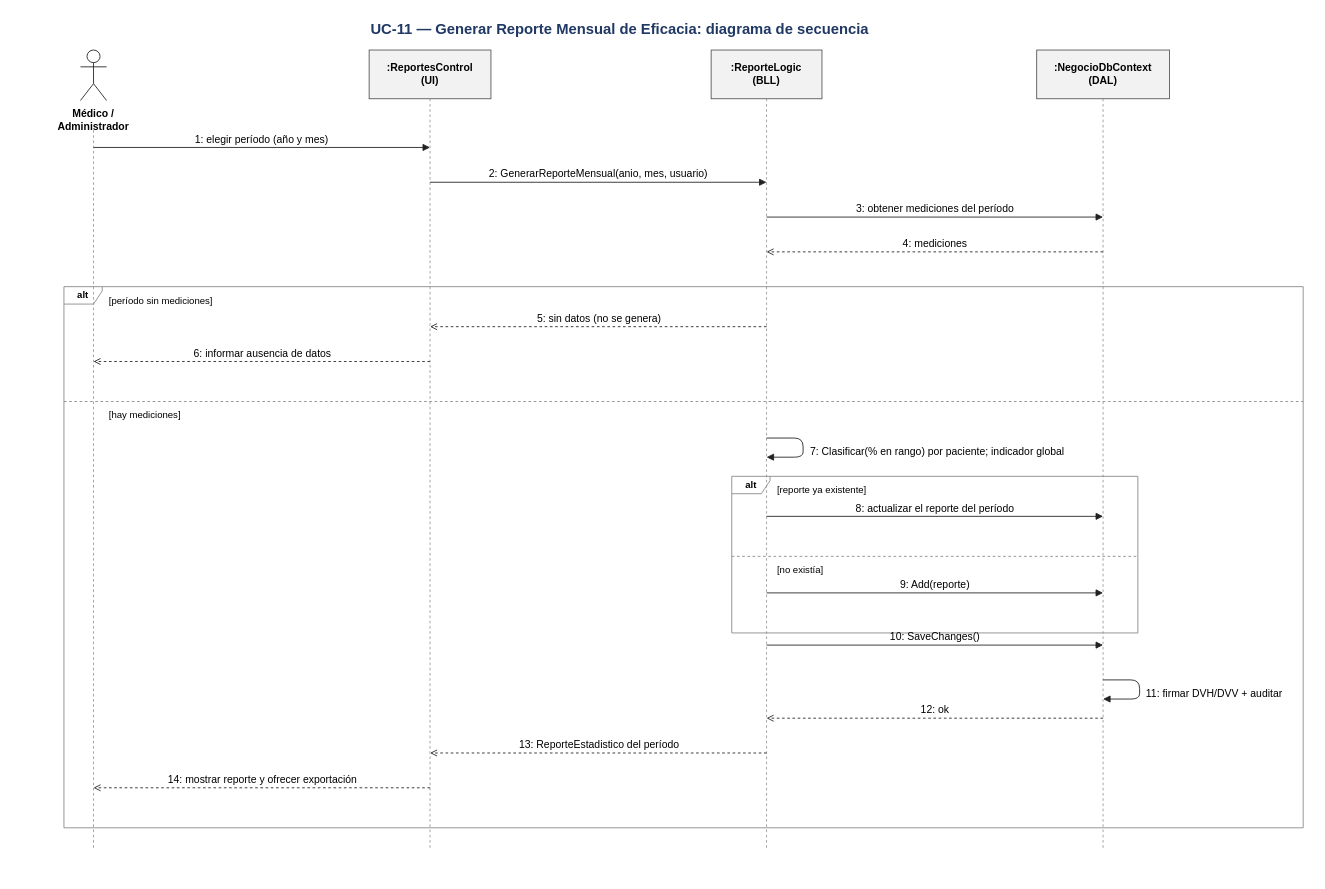
This is Diagramas/UC-11/UC-11 - Secuencia.drawio from DanteSchlogl/OpenRIN-corregido, a draw.io file, before an edit. Source tidied: cells renumbered, new cells numbered last; positions are measured from the earlier drawing's top-left corner, leaving out a move shared by most shapes. Both pictures are drawn from the tidied source at 87%, with x=0, y=0 at pixel (15, 15).
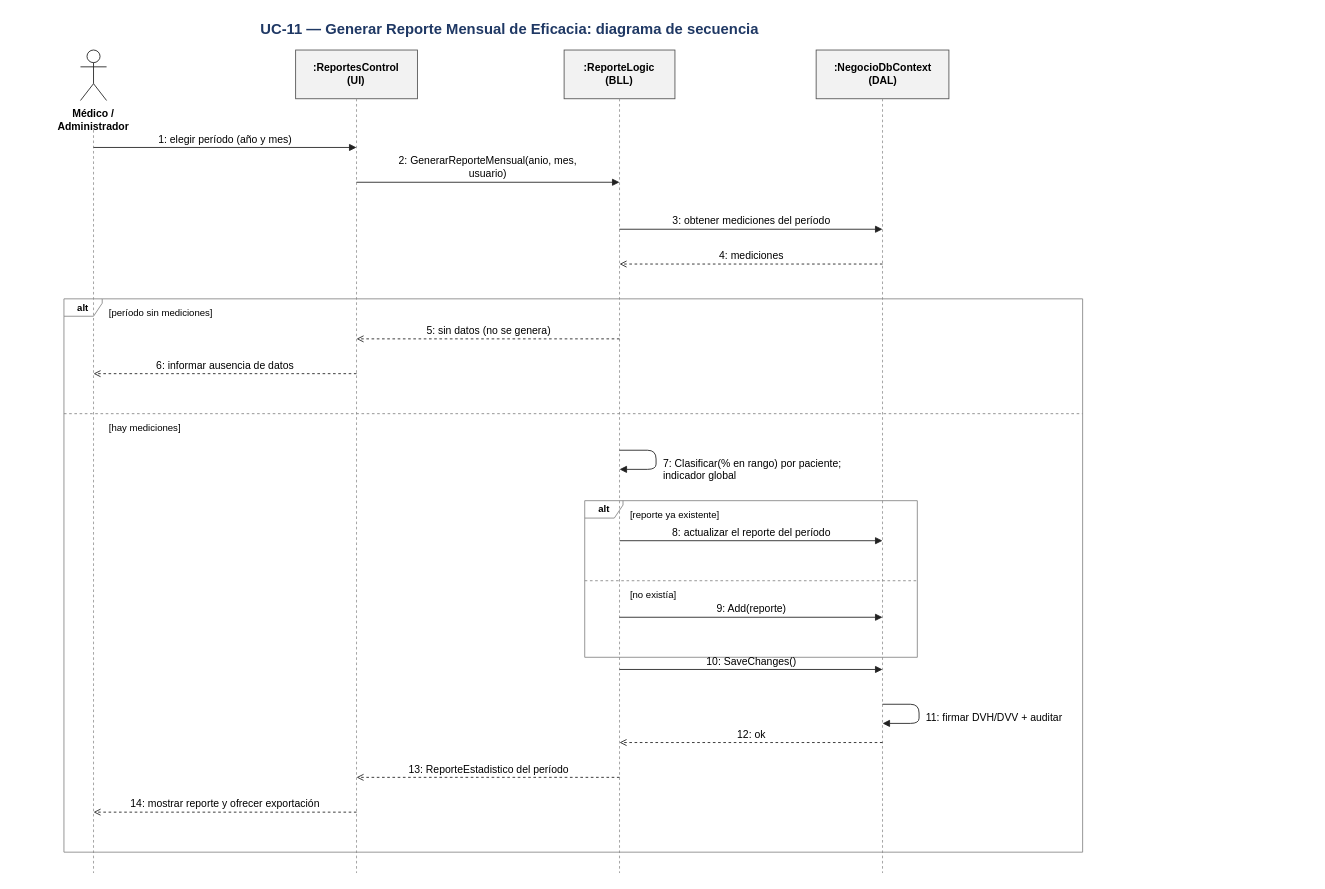
The same page after the edit.

Diff of the diagram source:
```diff
@@
     <mxCell id="2" value="UC-11 — Generar Reporte Mensual de Eficacia: diagrama de secuencia" style="text;html=1;strokeColor=none;fillColor=none;fontFamily=Arial;whiteSpace=nowrap;fontSize=17;fontStyle=1;fontColor=#1F3864;align=center;whiteSpace=wrap;" parent="1" vertex="1">
-      <mxGeometry width="1390.4" height="28" as="geometry" />
+      <mxGeometry width="1136.9" height="28" as="geometry" />
     </mxCell>
@@
     <mxCell id="5" style="endArrow=none;dashed=1;strokeColor=#999999;html=1;" parent="1" edge="1">
       <mxGeometry relative="1" as="geometry">
         <mxPoint x="90" y="132" as="sourcePoint" />
-        <mxPoint x="90" y="958" as="targetPoint" />
+        <mxPoint x="90" y="986" as="targetPoint" />
       </mxGeometry>
     </mxCell>
     <mxCell id="6" value=":ReportesControl&lt;br/&gt;(UI)" style="rounded=0;whiteSpace=wrap;html=1;fillColor=#F2F2F2;strokeColor=#555555;fontFamily=Arial;fontSize=12;fontStyle=1;" parent="1" vertex="1">
-      <mxGeometry x="406.8" y="40" width="140" height="56" as="geometry" />
+      <mxGeometry x="322.3" y="40" width="140" height="56" as="geometry" />
     </mxCell>
     <mxCell id="7" style="endArrow=none;dashed=1;strokeColor=#999999;html=1;" parent="1" edge="1">
       <mxGeometry relative="1" as="geometry">
-        <mxPoint x="476.8" y="96" as="sourcePoint" />
-        <mxPoint x="476.8" y="958" as="targetPoint" />
+        <mxPoint x="392.3" y="96" as="sourcePoint" />
+        <mxPoint x="392.3" y="986" as="targetPoint" />
       </mxGeometry>
     </mxCell>
     <mxCell id="8" value=":ReporteLogic&lt;br/&gt;(BLL)" style="rounded=0;whiteSpace=wrap;html=1;fillColor=#F2F2F2;strokeColor=#555555;fontFamily=Arial;fontSize=12;fontStyle=1;" parent="1" vertex="1">
-      <mxGeometry x="799.9" y="40" width="127.4" height="56" as="geometry" />
+      <mxGeometry x="630.9" y="40" width="127.4" height="56" as="geometry" />
     </mxCell>
     <mxCell id="9" style="endArrow=none;dashed=1;strokeColor=#999999;html=1;" parent="1" edge="1">
       <mxGeometry relative="1" as="geometry">
-        <mxPoint x="863.6" y="96" as="sourcePoint" />
-        <mxPoint x="863.6" y="958" as="targetPoint" />
+        <mxPoint x="694.6" y="96" as="sourcePoint" />
+        <mxPoint x="694.6" y="986" as="targetPoint" />
       </mxGeometry>
     </mxCell>
     <mxCell id="10" value=":NegocioDbContext&lt;br/&gt;(DAL)" style="rounded=0;whiteSpace=wrap;html=1;fillColor=#F2F2F2;strokeColor=#555555;fontFamily=Arial;fontSize=12;fontStyle=1;" parent="1" vertex="1">
-      <mxGeometry x="1174.1" y="40" width="152.6" height="56" as="geometry" />
+      <mxGeometry x="920.6" y="40" width="152.6" height="56" as="geometry" />
     </mxCell>
     <mxCell id="11" style="endArrow=none;dashed=1;strokeColor=#999999;html=1;" parent="1" edge="1">
       <mxGeometry relative="1" as="geometry">
-        <mxPoint x="1250.4" y="96" as="sourcePoint" />
-        <mxPoint x="1250.4" y="958" as="targetPoint" />
+        <mxPoint x="996.9" y="96" as="sourcePoint" />
+        <mxPoint x="996.9" y="986" as="targetPoint" />
       </mxGeometry>
     </mxCell>
     <mxCell id="12" value="1: elegir período (año y mes)" style="html=1;edgeStyle=none;strokeColor=#222222;fontFamily=Arial;fontSize=12;verticalLabelPosition=top;verticalAlign=bottom;labelBackgroundColor=none;endArrow=block;endFill=1;" parent="1" edge="1">
       <mxGeometry relative="1" as="geometry">
         <mxPoint x="90" y="152" as="sourcePoint" />
-        <mxPoint x="476.8" y="152" as="targetPoint" />
+        <mxPoint x="392.3" y="152" as="targetPoint" />
       </mxGeometry>
     </mxCell>
-    <mxCell id="13" value="2: GenerarReporteMensual(anio, mes, usuario)" style="html=1;edgeStyle=none;strokeColor=#222222;fontFamily=Arial;fontSize=12;verticalLabelPosition=top;verticalAlign=bottom;labelBackgroundColor=none;endArrow=block;endFill=1;" parent="1" edge="1">
+    <mxCell id="13" value="2: GenerarReporteMensual(anio, mes,&lt;br/&gt;usuario)" style="html=1;edgeStyle=none;strokeColor=#222222;fontFamily=Arial;fontSize=12;verticalLabelPosition=top;verticalAlign=bottom;labelBackgroundColor=none;endArrow=block;endFill=1;" parent="1" edge="1">
       <mxGeometry relative="1" as="geometry">
-        <mxPoint x="476.8" y="192" as="sourcePoint" />
-        <mxPoint x="863.6" y="192" as="targetPoint" />
+        <mxPoint x="392.3" y="192" as="sourcePoint" />
+        <mxPoint x="694.6" y="192" as="targetPoint" />
       </mxGeometry>
     </mxCell>
     <mxCell id="14" value="3: obtener mediciones del período" style="html=1;edgeStyle=none;strokeColor=#222222;fontFamily=Arial;fontSize=12;verticalLabelPosition=top;verticalAlign=bottom;labelBackgroundColor=none;endArrow=block;endFill=1;" parent="1" edge="1">
       <mxGeometry relative="1" as="geometry">
-        <mxPoint x="863.6" y="232" as="sourcePoint" />
-        <mxPoint x="1250.4" y="232" as="targetPoint" />
+        <mxPoint x="694.6" y="246" as="sourcePoint" />
+        <mxPoint x="996.9" y="246" as="targetPoint" />
       </mxGeometry>
     </mxCell>
     <mxCell id="15" value="4: mediciones" style="html=1;edgeStyle=none;strokeColor=#222222;fontFamily=Arial;fontSize=12;verticalLabelPosition=top;verticalAlign=bottom;labelBackgroundColor=none;endArrow=open;endFill=0;dashed=1;" parent="1" edge="1">
       <mxGeometry relative="1" as="geometry">
-        <mxPoint x="1250.4" y="272" as="sourcePoint" />
-        <mxPoint x="863.6" y="272" as="targetPoint" />
+        <mxPoint x="996.9" y="286" as="sourcePoint" />
+        <mxPoint x="694.6" y="286" as="targetPoint" />
       </mxGeometry>
     </mxCell>
     <mxCell id="16" value="5: sin datos (no se genera)" style="html=1;edgeStyle=none;strokeColor=#222222;fontFamily=Arial;fontSize=12;verticalLabelPosition=top;verticalAlign=bottom;labelBackgroundColor=none;endArrow=open;endFill=0;dashed=1;" parent="1" edge="1">
       <mxGeometry relative="1" as="geometry">
-        <mxPoint x="863.6" y="358" as="sourcePoint" />
-        <mxPoint x="476.8" y="358" as="targetPoint" />
+        <mxPoint x="694.6" y="372" as="sourcePoint" />
+        <mxPoint x="392.3" y="372" as="targetPoint" />
       </mxGeometry>
     </mxCell>
     <mxCell id="17" value="6: informar ausencia de datos" style="html=1;edgeStyle=none;strokeColor=#222222;fontFamily=Arial;fontSize=12;verticalLabelPosition=top;verticalAlign=bottom;labelBackgroundColor=none;endArrow=open;endFill=0;dashed=1;" parent="1" edge="1">
       <mxGeometry relative="1" as="geometry">
-        <mxPoint x="476.8" y="398" as="sourcePoint" />
-        <mxPoint x="90" y="398" as="targetPoint" />
+        <mxPoint x="392.3" y="412" as="sourcePoint" />
+        <mxPoint x="90" y="412" as="targetPoint" />
       </mxGeometry>
     </mxCell>
     <mxCell id="18" style="endArrow=block;endFill=1;html=1;edgeStyle=none;strokeColor=#222222;" parent="1" edge="1">
       <mxGeometry relative="1" as="geometry">
-        <mxPoint x="863.6" y="486" as="sourcePoint" />
-        <mxPoint x="863.6" y="508" as="targetPoint" />
+        <mxPoint x="694.6" y="500" as="sourcePoint" />
+        <mxPoint x="694.6" y="522" as="targetPoint" />
         <Array as="points">
-          <mxPoint x="905.6" y="486" />
-          <mxPoint x="905.6" y="508" />
+          <mxPoint x="736.6" y="500" />
+          <mxPoint x="736.6" y="522" />
         </Array>
       </mxGeometry>
     </mxCell>
-    <mxCell id="19" value="7: Clasificar(% en rango) por paciente; indicador global" style="text;html=1;strokeColor=none;fillColor=none;fontFamily=Arial;whiteSpace=nowrap;fontSize=12;align=left;" parent="1" vertex="1">
-      <mxGeometry x="911.6" y="488" width="366.8" height="18" as="geometry" />
+    <mxCell id="19" value="7: Clasificar(% en rango) por paciente;&lt;br/&gt;indicador global" style="text;html=1;strokeColor=none;fillColor=none;fontFamily=Arial;whiteSpace=nowrap;fontSize=12;align=left;" parent="1" vertex="1">
+      <mxGeometry x="742.6" y="502" width="280" height="32" as="geometry" />
     </mxCell>
     <mxCell id="20" value="8: actualizar el reporte del período" style="html=1;edgeStyle=none;strokeColor=#222222;fontFamily=Arial;fontSize=12;verticalLabelPosition=top;verticalAlign=bottom;labelBackgroundColor=none;endArrow=block;endFill=1;" parent="1" edge="1">
       <mxGeometry relative="1" as="geometry">
-        <mxPoint x="863.6" y="576" as="sourcePoint" />
-        <mxPoint x="1250.4" y="576" as="targetPoint" />
+        <mxPoint x="694.6" y="604" as="sourcePoint" />
+        <mxPoint x="996.9" y="604" as="targetPoint" />
       </mxGeometry>
     </mxCell>
     <mxCell id="21" value="9: Add(reporte)" style="html=1;edgeStyle=none;strokeColor=#222222;fontFamily=Arial;fontSize=12;verticalLabelPosition=top;verticalAlign=bottom;labelBackgroundColor=none;endArrow=block;endFill=1;" parent="1" edge="1">
       <mxGeometry relative="1" as="geometry">
-        <mxPoint x="863.6" y="664" as="sourcePoint" />
-        <mxPoint x="1250.4" y="664" as="targetPoint" />
+        <mxPoint x="694.6" y="692" as="sourcePoint" />
+        <mxPoint x="996.9" y="692" as="targetPoint" />
       </mxGeometry>
     </mxCell>
     <mxCell id="22" value="alt" style="shape=umlFrame;whiteSpace=wrap;html=1;width=44;height=20;fillColor=none;strokeColor=#888888;fontFamily=Arial;fontSize=11;fontStyle=1;" parent="1" vertex="1">
-      <mxGeometry x="823.6" y="530" width="466.8" height="180" as="geometry" />
+      <mxGeometry x="654.6" y="558" width="382.3" height="180" as="geometry" />
     </mxCell>
     <mxCell id="23" value="[reporte ya existente]" style="text;html=1;strokeColor=none;fillColor=none;fontFamily=Arial;whiteSpace=nowrap;fontSize=11;align=left;" parent="1" vertex="1">
-      <mxGeometry x="873.6" y="533" width="160" height="18" as="geometry" />
+      <mxGeometry x="704.6" y="561" width="160" height="18" as="geometry" />
     </mxCell>
     <mxCell id="24" style="endArrow=none;dashed=1;strokeColor=#888888;html=1;" parent="1" edge="1">
       <mxGeometry relative="1" as="geometry">
-        <mxPoint x="823.6" y="622" as="sourcePoint" />
-        <mxPoint x="1290.4" y="622" as="targetPoint" />
+        <mxPoint x="654.6" y="650" as="sourcePoint" />
+        <mxPoint x="1036.9" y="650" as="targetPoint" />
       </mxGeometry>
     </mxCell>
     <mxCell id="25" value="[no existía]" style="text;html=1;strokeColor=none;fillColor=none;fontFamily=Arial;whiteSpace=nowrap;fontSize=11;align=left;" parent="1" vertex="1">
-      <mxGeometry x="873.6" y="625" width="97" height="18" as="geometry" />
+      <mxGeometry x="704.6" y="653" width="97" height="18" as="geometry" />
     </mxCell>
     <mxCell id="26" value="10: SaveChanges()" style="html=1;edgeStyle=none;strokeColor=#222222;fontFamily=Arial;fontSize=12;verticalLabelPosition=top;verticalAlign=bottom;labelBackgroundColor=none;endArrow=block;endFill=1;" parent="1" edge="1">
       <mxGeometry relative="1" as="geometry">
-        <mxPoint x="863.6" y="724" as="sourcePoint" />
-        <mxPoint x="1250.4" y="724" as="targetPoint" />
+        <mxPoint x="694.6" y="752" as="sourcePoint" />
+        <mxPoint x="996.9" y="752" as="targetPoint" />
       </mxGeometry>
     </mxCell>
     <mxCell id="27" style="endArrow=block;endFill=1;html=1;edgeStyle=none;strokeColor=#222222;" parent="1" edge="1">
       <mxGeometry relative="1" as="geometry">
-        <mxPoint x="1250.4" y="764" as="sourcePoint" />
-        <mxPoint x="1250.4" y="786" as="targetPoint" />
+        <mxPoint x="996.9" y="792" as="sourcePoint" />
+        <mxPoint x="996.9" y="814" as="targetPoint" />
         <Array as="points">
-          <mxPoint x="1292.4" y="764" />
-          <mxPoint x="1292.4" y="786" />
+          <mxPoint x="1038.9" y="792" />
+          <mxPoint x="1038.9" y="814" />
         </Array>
       </mxGeometry>
     </mxCell>
     <mxCell id="28" value="11: firmar DVH/DVV + auditar" style="text;html=1;strokeColor=none;fillColor=none;fontFamily=Arial;whiteSpace=nowrap;fontSize=12;align=left;" parent="1" vertex="1">
-      <mxGeometry x="1298.4" y="766" width="190.4" height="18" as="geometry" />
+      <mxGeometry x="1044.9" y="794" width="280" height="18" as="geometry" />
     </mxCell>
     <mxCell id="29" value="12: ok" style="html=1;edgeStyle=none;strokeColor=#222222;fontFamily=Arial;fontSize=12;verticalLabelPosition=top;verticalAlign=bottom;labelBackgroundColor=none;endArrow=open;endFill=0;dashed=1;" parent="1" edge="1">
       <mxGeometry relative="1" as="geometry">
-        <mxPoint x="1250.4" y="808" as="sourcePoint" />
-        <mxPoint x="863.6" y="808" as="targetPoint" />
+        <mxPoint x="996.9" y="836" as="sourcePoint" />
+        <mxPoint x="694.6" y="836" as="targetPoint" />
       </mxGeometry>
     </mxCell>
     <mxCell id="30" value="13: ReporteEstadistico del período" style="html=1;edgeStyle=none;strokeColor=#222222;fontFamily=Arial;fontSize=12;verticalLabelPosition=top;verticalAlign=bottom;labelBackgroundColor=none;endArrow=open;endFill=0;dashed=1;" parent="1" edge="1">
       <mxGeometry relative="1" as="geometry">
-        <mxPoint x="863.6" y="848" as="sourcePoint" />
-        <mxPoint x="476.8" y="848" as="targetPoint" />
+        <mxPoint x="694.6" y="876" as="sourcePoint" />
+        <mxPoint x="392.3" y="876" as="targetPoint" />
       </mxGeometry>
     </mxCell>
     <mxCell id="31" value="14: mostrar reporte y ofrecer exportación" style="html=1;edgeStyle=none;strokeColor=#222222;fontFamily=Arial;fontSize=12;verticalLabelPosition=top;verticalAlign=bottom;labelBackgroundColor=none;endArrow=open;endFill=0;dashed=1;" parent="1" edge="1">
       <mxGeometry relative="1" as="geometry">
-        <mxPoint x="476.8" y="888" as="sourcePoint" />
-        <mxPoint x="90" y="888" as="targetPoint" />
+        <mxPoint x="392.3" y="916" as="sourcePoint" />
+        <mxPoint x="90" y="916" as="targetPoint" />
       </mxGeometry>
     </mxCell>
     <mxCell id="32" value="alt" style="shape=umlFrame;whiteSpace=wrap;html=1;width=44;height=20;fillColor=none;strokeColor=#888888;fontFamily=Arial;fontSize=11;fontStyle=1;" parent="1" vertex="1">
-      <mxGeometry x="56" y="312" width="1424.4" height="622" as="geometry" />
+      <mxGeometry x="56" y="326" width="1170.9" height="636" as="geometry" />
     </mxCell>
     <mxCell id="33" value="[período sin mediciones]" style="text;html=1;strokeColor=none;fillColor=none;fontFamily=Arial;whiteSpace=nowrap;fontSize=11;align=left;" parent="1" vertex="1">
-      <mxGeometry x="106" y="315" width="172.6" height="18" as="geometry" />
+      <mxGeometry x="106" y="329" width="172.6" height="18" as="geometry" />
     </mxCell>
     <mxCell id="34" style="endArrow=none;dashed=1;strokeColor=#888888;html=1;" parent="1" edge="1">
       <mxGeometry relative="1" as="geometry">
-        <mxPoint x="56" y="444" as="sourcePoint" />
-        <mxPoint x="1480.4" y="444" as="targetPoint" />
+        <mxPoint x="56" y="458" as="sourcePoint" />
+        <mxPoint x="1226.9" y="458" as="targetPoint" />
       </mxGeometry>
     </mxCell>
     <mxCell id="35" value="[hay mediciones]" style="text;html=1;strokeColor=none;fillColor=none;fontFamily=Arial;whiteSpace=nowrap;fontSize=11;align=left;" parent="1" vertex="1">
-      <mxGeometry x="106" y="447" width="122.2" height="18" as="geometry" />
+      <mxGeometry x="106" y="461" width="122.2" height="18" as="geometry" />
     </mxCell>
```
